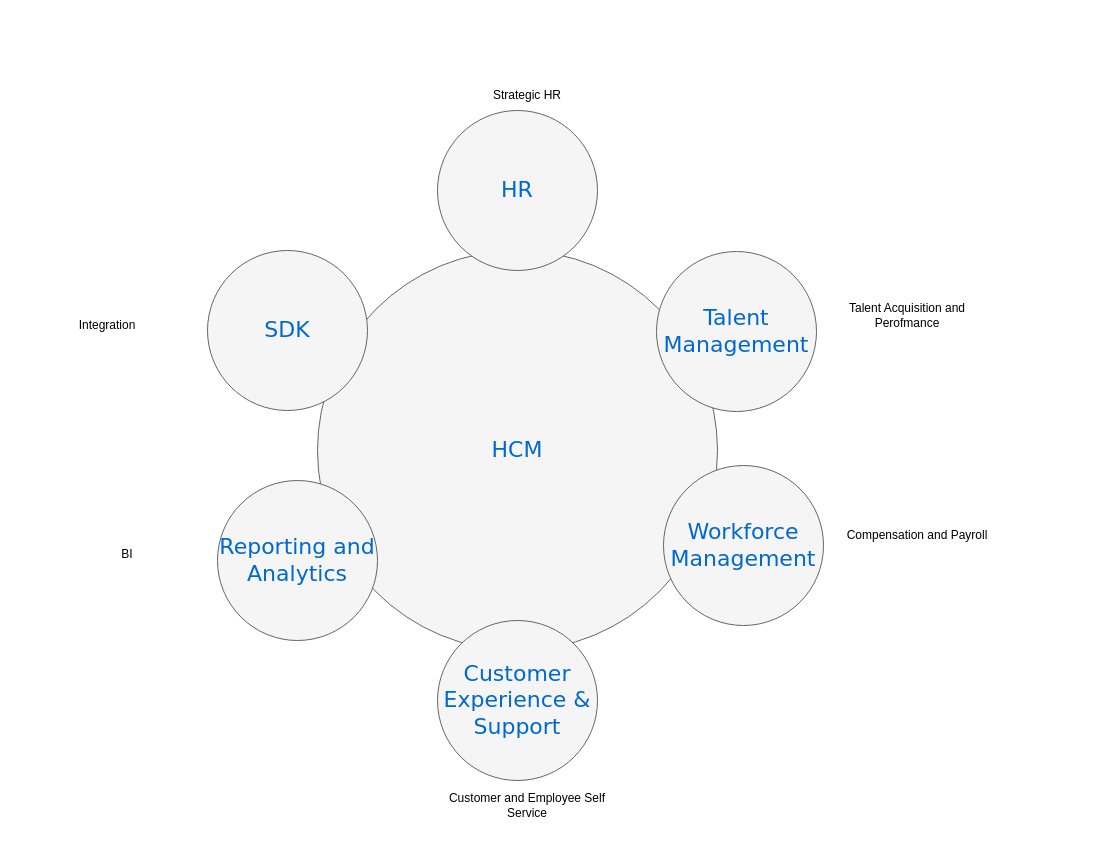
Before: ERP.drawio in Adityacs001/snippet, a draw.io diagram. Source tidied: cells renumbered, new cells numbered last; positions are measured from the earlier drawing's top-left corner, leaving out a move shared by most shapes. Both pictures are drawn from the tidied source at 100%, with x=0, y=0 at pixel (17, 80). Pictures stored in the file or linked from it are replaced by grey dashed boxes.
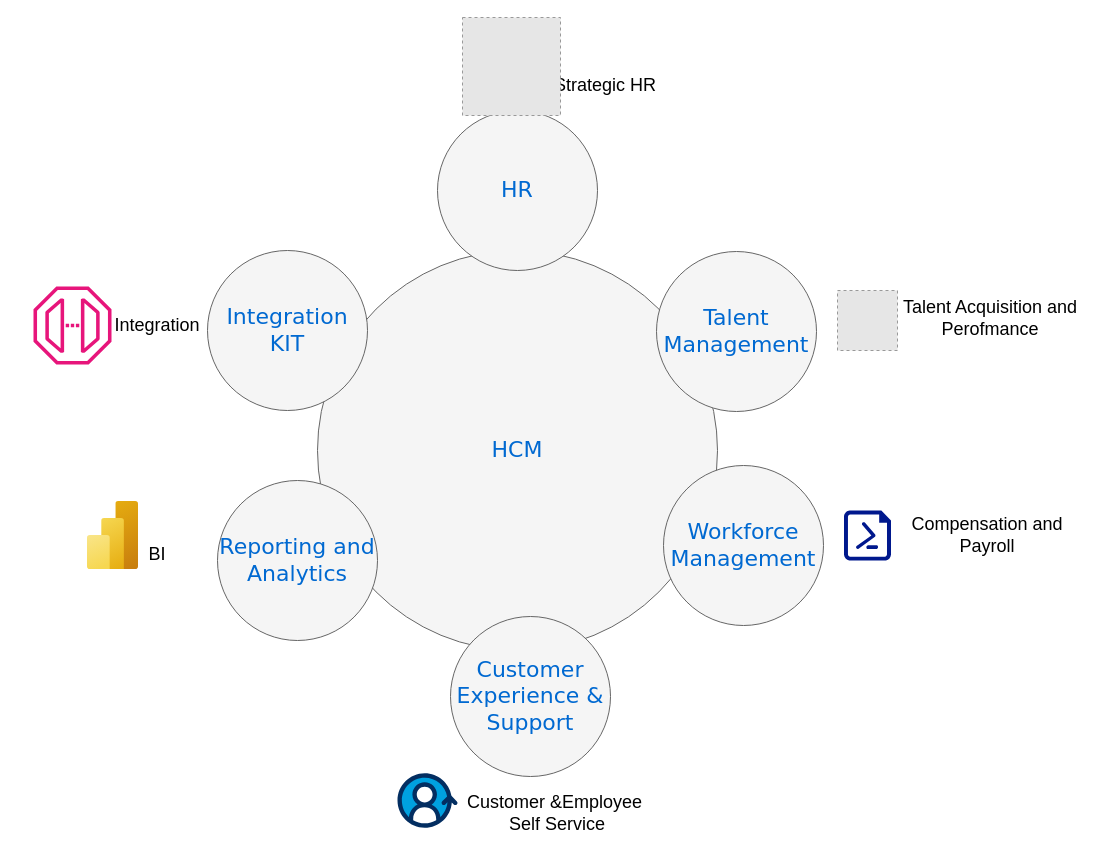
Above is the later version.

What changed in the source:
```diff
@@
-    <mxCell id="7" value="Strategic HR" style="text;html=1;align=center;verticalAlign=middle;whiteSpace=wrap;rounded=0;" parent="1" vertex="1">
-      <mxGeometry x="450" width="120" height="30" as="geometry" />
+    <mxCell id="7" value="&lt;font style=&quot;font-size: 18px;&quot;&gt;Strategic HR&lt;/font&gt;" style="text;html=1;align=center;verticalAlign=middle;whiteSpace=wrap;rounded=0;" parent="1" vertex="1">
+      <mxGeometry x="528" y="-10" width="120" height="30" as="geometry" />
     </mxCell>
-    <mxCell id="8" value="Talent Acquisition and Perofmance" style="text;html=1;align=center;verticalAlign=middle;whiteSpace=wrap;rounded=0;" parent="1" vertex="1">
-      <mxGeometry x="800" y="220" width="180" height="30" as="geometry" />
+    <mxCell id="8" value="&lt;font style=&quot;font-size: 18px;&quot;&gt;Talent Acquisition and Perofmance&lt;/font&gt;" style="text;html=1;align=center;verticalAlign=middle;whiteSpace=wrap;rounded=0;" parent="1" vertex="1">
+      <mxGeometry x="883" y="223" width="180" height="30" as="geometry" />
     </mxCell>
-    <mxCell id="9" value="Compensation and Payroll" style="text;html=1;align=center;verticalAlign=middle;whiteSpace=wrap;rounded=0;" parent="1" vertex="1">
-      <mxGeometry x="810" y="440" width="180" height="30" as="geometry" />
+    <mxCell id="9" value="&lt;font style=&quot;font-size: 18px;&quot;&gt;Compensation and Payroll&lt;/font&gt;" style="text;html=1;align=center;verticalAlign=middle;whiteSpace=wrap;rounded=0;" parent="1" vertex="1">
+      <mxGeometry x="880" y="440" width="180" height="30" as="geometry" />
     </mxCell>
-    <mxCell id="10" value="Integration" style="text;html=1;align=center;verticalAlign=middle;whiteSpace=wrap;rounded=0;" parent="1" vertex="1">
-      <mxGeometry y="230" width="180" height="30" as="geometry" />
+    <mxCell id="10" value="&lt;font style=&quot;font-size: 18px;&quot;&gt;Integration&lt;/font&gt;" style="text;html=1;align=center;verticalAlign=middle;whiteSpace=wrap;rounded=0;" parent="1" vertex="1">
+      <mxGeometry x="50" y="230" width="180" height="30" as="geometry" />
     </mxCell>
     <mxCell id="11" value="Customer Experience &amp;amp; Support" style="ellipse;whiteSpace=wrap;html=1;rounded=0;shadow=0;dashed=0;comic=0;fontFamily=Verdana;fontSize=22;fontColor=#0069D1;fillColor=#f5f5f5;strokeColor=#666666;" parent="1" vertex="1">
-      <mxGeometry x="420" y="540" width="160" height="160" as="geometry" />
+      <mxGeometry x="433" y="536" width="160" height="160" as="geometry" />
     </mxCell>
-    <mxCell id="12" value="SDK" style="ellipse;whiteSpace=wrap;html=1;rounded=0;shadow=0;dashed=0;comic=0;fontFamily=Verdana;fontSize=22;fontColor=#0069D1;fillColor=#f5f5f5;strokeColor=#666666;" parent="1" vertex="1">
+    <mxCell id="12" value="Integration KIT" style="ellipse;whiteSpace=wrap;html=1;rounded=0;shadow=0;dashed=0;comic=0;fontFamily=Verdana;fontSize=22;fontColor=#0069D1;fillColor=#f5f5f5;strokeColor=#666666;" parent="1" vertex="1">
       <mxGeometry x="190" y="170" width="160" height="160" as="geometry" />
     </mxCell>
-    <mxCell id="13" value="BI" style="text;html=1;align=center;verticalAlign=middle;whiteSpace=wrap;rounded=0;" parent="1" vertex="1">
-      <mxGeometry x="20" y="459" width="180" height="30" as="geometry" />
+    <mxCell id="13" value="&lt;font style=&quot;font-size: 18px;&quot;&gt;BI&lt;/font&gt;" style="text;html=1;align=center;verticalAlign=middle;whiteSpace=wrap;rounded=0;" parent="1" vertex="1">
+      <mxGeometry x="50" y="459" width="180" height="30" as="geometry" />
     </mxCell>
-    <mxCell id="14" value="Customer and Employee Self Service" style="text;html=1;align=center;verticalAlign=middle;whiteSpace=wrap;rounded=0;" parent="1" vertex="1">
-      <mxGeometry x="420" y="710" width="180" height="30" as="geometry" />
+    <mxCell id="14" value="&lt;font style=&quot;font-size: 18px;&quot;&gt;Customer &amp;amp;Employee&amp;nbsp;&lt;/font&gt;&lt;div&gt;&lt;font style=&quot;font-size: 18px;&quot;&gt;Self Service&lt;/font&gt;&lt;/div&gt;" style="text;html=1;align=center;verticalAlign=middle;whiteSpace=wrap;rounded=0;" parent="1" vertex="1">
+      <mxGeometry x="415" y="718" width="250" height="30" as="geometry" />
     </mxCell>
+    <mxCell id="15" style="image;html=1;align=center;fontSize=12;image=img/lib/azure2/analytics/Power_BI_Embedded.svg;" parent="1" vertex="1">
+      <mxGeometry x="70" y="421" width="51" height="68" as="geometry" />
+    </mxCell>
+    <mxCell id="16" style="sketch=0;fontColor=#232F3E;gradientColor=none;fillColor=#E7157B;strokeColor=none;dashed=0;verticalLabelPosition=bottom;verticalAlign=top;align=center;html=1;fontSize=12;fontStyle=0;shape=mxgraph.aws4.endpoint;" parent="1" vertex="1">
+      <mxGeometry x="16" y="206" width="78" height="78" as="geometry" />
+    </mxCell>
+    <mxCell id="17" style="fillColor=#E6E6E6;strokeColor=#999999;dashed=1;html=1;verticalAlign=top;verticalLabelPosition=bottom;labelBackgroundColor=#ffffff;" parent="1" vertex="1">
+      <mxGeometry x="445" y="-63" width="98" height="98" as="geometry" />
+    </mxCell>
+    <mxCell id="18" style="fillColor=#E6E6E6;strokeColor=#999999;dashed=1;html=1;verticalAlign=top;labelPosition=center;verticalLabelPosition=bottom;align=center;spacingTop=-6;fontSize=11;fontStyle=1;fontColor=#999999;" parent="1" vertex="1">
+      <mxGeometry x="820" y="210" width="60" height="60" as="geometry" />
+    </mxCell>
+    <mxCell id="19" style="sketch=0;shadow=0;dashed=0;html=1;strokeColor=none;labelPosition=center;verticalLabelPosition=bottom;verticalAlign=top;align=center;fillColor=#00188D;shape=mxgraph.azure.powershell_file;" parent="1" vertex="1">
+      <mxGeometry x="826.5" y="430" width="47" height="50" as="geometry" />
+    </mxCell>
+    <mxCell id="20" style="verticalLabelPosition=bottom;html=1;shape=mxgraph.salesforce.customer_360;" parent="1" vertex="1">
+      <mxGeometry x="380" y="692.7" width="60" height="54.6" as="geometry" />
+    </mxCell>
```
